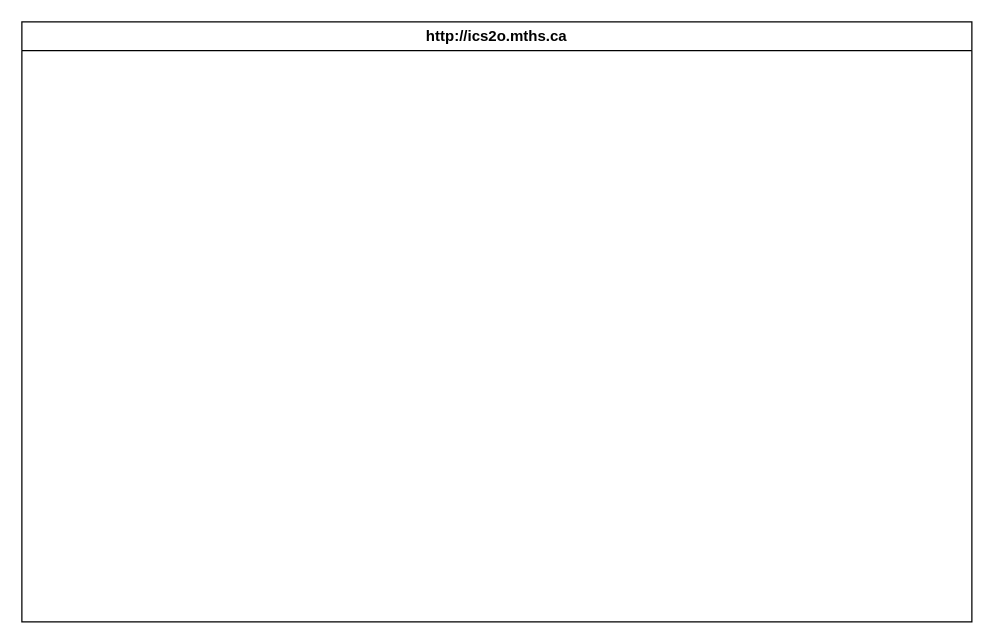
Earlier version of the draw.io diagram design/storyboard.drawio (MTHS-ICD2O-1-2023/ICD2O-Unit-6-02-kai-nguyen-4). Source tidied: cells renumbered, new cells numbered last; positions are measured from the earlier drawing's top-left corner, leaving out a move shared by most shapes. Both pictures are drawn from the tidied source at 125%, with x=0, y=0 at pixel (21, 21).
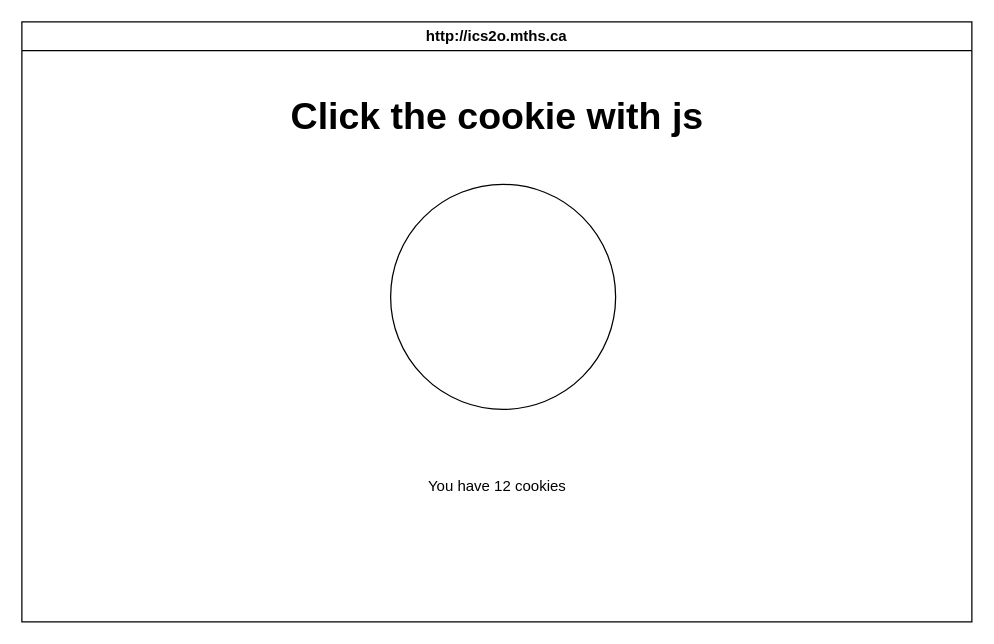
The same page after the edit.

What changed in the source:
```diff
@@
 <mxGraphModel>
   <root>
     <mxCell id="0" />
     <mxCell id="1" parent="0" />
     <mxCell id="2" value="http://ics2o.mths.ca" style="swimlane;whiteSpace=wrap;html=1;" parent="1" vertex="1">
       <mxGeometry width="760" height="480" as="geometry" />
     </mxCell>
+    <mxCell id="3" value="&lt;font style=&quot;font-size: 30px;&quot;&gt;&lt;b&gt;Click the cookie with js&lt;/b&gt;&lt;/font&gt;" style="text;html=1;align=center;verticalAlign=middle;strokeColor=none;fillColor=none;" parent="2" vertex="1">
+      <mxGeometry x="205" y="50" width="350" height="50" as="geometry" />
+    </mxCell>
+    <mxCell id="4" style="ellipse;whiteSpace=wrap;html=1;fontSize=30;" parent="2" vertex="1">
+      <mxGeometry x="295" y="130" width="180" height="180" as="geometry" />
+    </mxCell>
+    <mxCell id="5" value="&lt;font style=&quot;font-size: 12px;&quot;&gt;You have 12 cookies&lt;/font&gt;" style="text;html=1;align=center;verticalAlign=middle;strokeColor=none;fillColor=none;fontSize=30;" parent="2" vertex="1">
+      <mxGeometry x="315" y="340" width="130" height="50" as="geometry" />
+    </mxCell>
   </root>
 </mxGraphModel>
```
